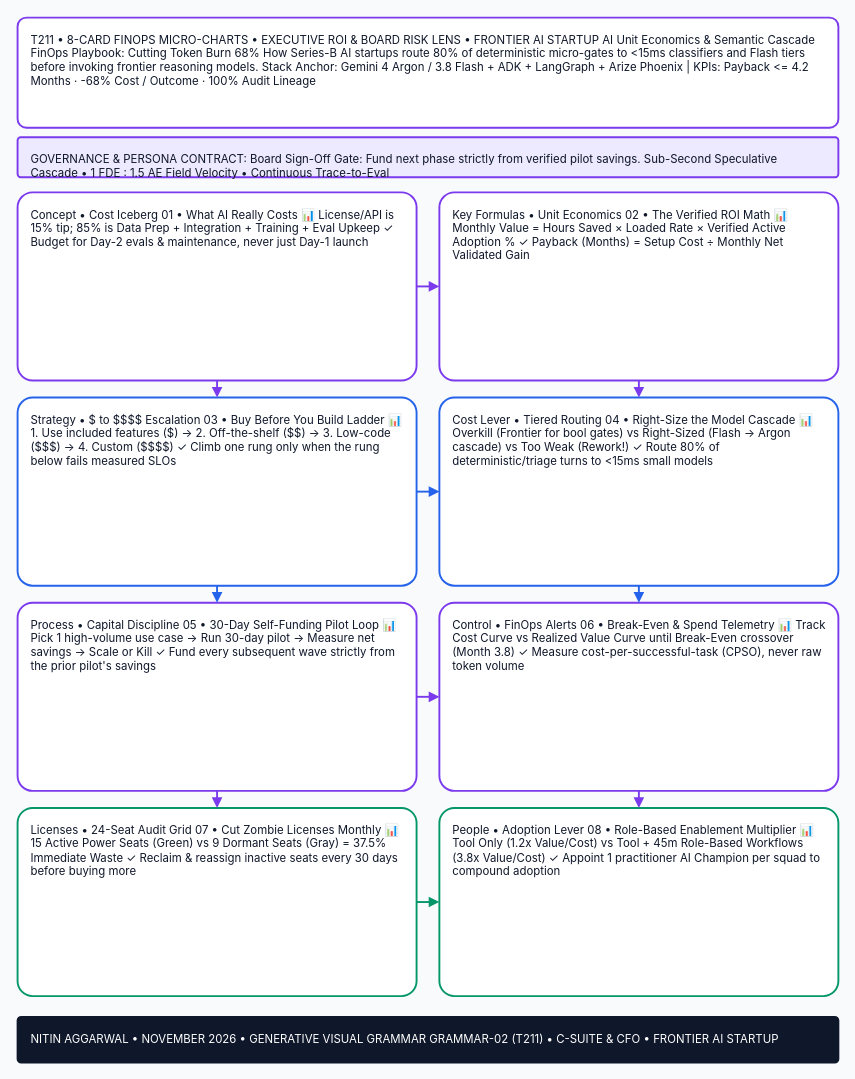
Before: assets/template-gallery/custom_generated/gap-cell-01.drawio in nitinaggarwal-12/ideas-mining, a draw.io diagram. Source tidied: cells renumbered, new cells numbered last; positions are measured from the earlier drawing's top-left corner, leaving out a move shared by most shapes. Both pictures are drawn from the tidied source at 95%, with x=0, y=0 at pixel (17, 17).
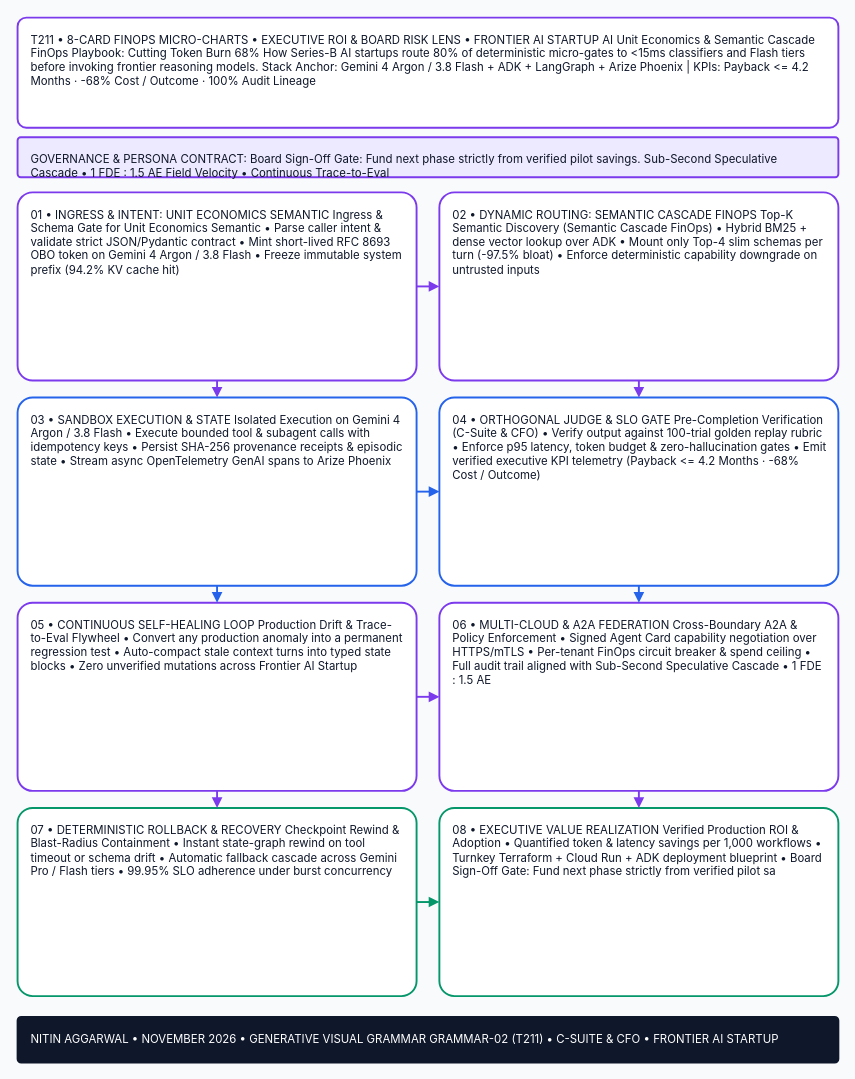
The same page after the edit.

What changed in the source:
```diff
@@
-    <mxCell id="4" value="Concept • Cost Iceberg 01 • What AI Really Costs 📊 License/API is 15% tip; 85% is Data Prep + Integration + Training + Eval Upkeep ✓ Budget for Day-2 evals &amp; maintenance, never just Day-1 launch" style="rounded=1;whiteSpace=wrap;html=1;arcSize=8;fillColor=#FFFFFF;strokeColor=#7C3AED;strokeWidth=2;fontColor=#0F172A;fontFamily=Inter,Helvetica,Arial,sans-serif;fontSize=12;align=left;verticalAlign=top;spacingLeft=12;spacingRight=12;spacingTop=10;spacingBottom=10;" parent="1" vertex="1">
+    <mxCell id="4" value="01 • INGRESS &amp; INTENT: UNIT ECONOMICS SEMANTIC Ingress &amp; Schema Gate for Unit Economics Semantic • Parse caller intent &amp; validate strict JSON/Pydantic contract • Mint short-lived RFC 8693 OBO token on Gemini 4 Argon / 3.8 Flash • Freeze immutable system prefix (94.2% KV cache hit)" style="rounded=1;whiteSpace=wrap;html=1;arcSize=8;fillColor=#FFFFFF;strokeColor=#7C3AED;strokeWidth=2;fontColor=#0F172A;fontFamily=Inter,Helvetica,Arial,sans-serif;fontSize=12;align=left;verticalAlign=top;spacingLeft=12;spacingRight=12;spacingTop=10;spacingBottom=10;" parent="1" vertex="1">
       <mxGeometry y="184" width="420" height="198" as="geometry" />
     </mxCell>
-    <mxCell id="5" value="Key Formulas • Unit Economics 02 • The Verified ROI Math 📊 Monthly Value = Hours Saved × Loaded Rate × Verified Active Adoption % ✓ Payback (Months) = Setup Cost ÷ Monthly Net Validated Gain" style="rounded=1;whiteSpace=wrap;html=1;arcSize=8;fillColor=#FFFFFF;strokeColor=#7C3AED;strokeWidth=2;fontColor=#0F172A;fontFamily=Inter,Helvetica,Arial,sans-serif;fontSize=12;align=left;verticalAlign=top;spacingLeft=12;spacingRight=12;spacingTop=10;spacingBottom=10;" parent="1" vertex="1">
+    <mxCell id="5" value="02 • DYNAMIC ROUTING: SEMANTIC CASCADE FINOPS Top-K Semantic Discovery (Semantic Cascade FinOps) • Hybrid BM25 + dense vector lookup over ADK • Mount only Top-4 slim schemas per turn (-97.5% bloat) • Enforce deterministic capability downgrade on untrusted inputs" style="rounded=1;whiteSpace=wrap;html=1;arcSize=8;fillColor=#FFFFFF;strokeColor=#7C3AED;strokeWidth=2;fontColor=#0F172A;fontFamily=Inter,Helvetica,Arial,sans-serif;fontSize=12;align=left;verticalAlign=top;spacingLeft=12;spacingRight=12;spacingTop=10;spacingBottom=10;" parent="1" vertex="1">
       <mxGeometry x="444" y="184" width="420" height="198" as="geometry" />
     </mxCell>
-    <mxCell id="6" value="Strategy • $ to $$$$ Escalation 03 • Buy Before You Build Ladder 📊 1. Use included features ($) -&gt; 2. Off-the-shelf ($$) -&gt; 3. Low-code ($$$) -&gt; 4. Custom ($$$$) ✓ Climb one rung only when the rung below fails measured SLOs" style="rounded=1;whiteSpace=wrap;html=1;arcSize=8;fillColor=#FFFFFF;strokeColor=#2563EB;strokeWidth=2;fontColor=#0F172A;fontFamily=Inter,Helvetica,Arial,sans-serif;fontSize=12;align=left;verticalAlign=top;spacingLeft=12;spacingRight=12;spacingTop=10;spacingBottom=10;" parent="1" vertex="1">
+    <mxCell id="6" value="03 • SANDBOX EXECUTION &amp; STATE Isolated Execution on Gemini 4 Argon / 3.8 Flash • Execute bounded tool &amp; subagent calls with idempotency keys • Persist SHA-256 provenance receipts &amp; episodic state • Stream async OpenTelemetry GenAI spans to Arize Phoenix" style="rounded=1;whiteSpace=wrap;html=1;arcSize=8;fillColor=#FFFFFF;strokeColor=#2563EB;strokeWidth=2;fontColor=#0F172A;fontFamily=Inter,Helvetica,Arial,sans-serif;fontSize=12;align=left;verticalAlign=top;spacingLeft=12;spacingRight=12;spacingTop=10;spacingBottom=10;" parent="1" vertex="1">
       <mxGeometry y="400" width="420" height="198" as="geometry" />
     </mxCell>
-    <mxCell id="7" value="Cost Lever • Tiered Routing 04 • Right-Size the Model Cascade 📊 Overkill (Frontier for bool gates) vs Right-Sized (Flash -&gt; Argon cascade) vs Too Weak (Rework!) ✓ Route 80% of deterministic/triage turns to &lt;15ms small models" style="rounded=1;whiteSpace=wrap;html=1;arcSize=8;fillColor=#FFFFFF;strokeColor=#2563EB;strokeWidth=2;fontColor=#0F172A;fontFamily=Inter,Helvetica,Arial,sans-serif;fontSize=12;align=left;verticalAlign=top;spacingLeft=12;spacingRight=12;spacingTop=10;spacingBottom=10;" parent="1" vertex="1">
+    <mxCell id="7" value="04 • ORTHOGONAL JUDGE &amp; SLO GATE Pre-Completion Verification (C-Suite &amp; CFO) • Verify output against 100-trial golden replay rubric • Enforce p95 latency, token budget &amp; zero-hallucination gates • Emit verified executive KPI telemetry (Payback &lt;= 4.2 Months · -68% Cost / Outcome)" style="rounded=1;whiteSpace=wrap;html=1;arcSize=8;fillColor=#FFFFFF;strokeColor=#2563EB;strokeWidth=2;fontColor=#0F172A;fontFamily=Inter,Helvetica,Arial,sans-serif;fontSize=12;align=left;verticalAlign=top;spacingLeft=12;spacingRight=12;spacingTop=10;spacingBottom=10;" parent="1" vertex="1">
       <mxGeometry x="444" y="400" width="420" height="198" as="geometry" />
     </mxCell>
-    <mxCell id="8" value="Process • Capital Discipline 05 • 30-Day Self-Funding Pilot Loop 📊 Pick 1 high-volume use case -&gt; Run 30-day pilot -&gt; Measure net savings -&gt; Scale or Kill ✓ Fund every subsequent wave strictly from the prior pilot's savings" style="rounded=1;whiteSpace=wrap;html=1;arcSize=8;fillColor=#FFFFFF;strokeColor=#7C3AED;strokeWidth=2;fontColor=#0F172A;fontFamily=Inter,Helvetica,Arial,sans-serif;fontSize=12;align=left;verticalAlign=top;spacingLeft=12;spacingRight=12;spacingTop=10;spacingBottom=10;" parent="1" vertex="1">
+    <mxCell id="8" value="05 • CONTINUOUS SELF-HEALING LOOP Production Drift &amp; Trace-to-Eval Flywheel • Convert any production anomaly into a permanent regression test • Auto-compact stale context turns into typed state blocks • Zero unverified mutations across Frontier AI Startup" style="rounded=1;whiteSpace=wrap;html=1;arcSize=8;fillColor=#FFFFFF;strokeColor=#7C3AED;strokeWidth=2;fontColor=#0F172A;fontFamily=Inter,Helvetica,Arial,sans-serif;fontSize=12;align=left;verticalAlign=top;spacingLeft=12;spacingRight=12;spacingTop=10;spacingBottom=10;" parent="1" vertex="1">
       <mxGeometry y="616" width="420" height="198" as="geometry" />
     </mxCell>
-    <mxCell id="9" value="Control • FinOps Alerts 06 • Break-Even &amp; Spend Telemetry 📊 Track Cost Curve vs Realized Value Curve until Break-Even crossover (Month 3.8) ✓ Measure cost-per-successful-task (CPSO), never raw token volume" style="rounded=1;whiteSpace=wrap;html=1;arcSize=8;fillColor=#FFFFFF;strokeColor=#7C3AED;strokeWidth=2;fontColor=#0F172A;fontFamily=Inter,Helvetica,Arial,sans-serif;fontSize=12;align=left;verticalAlign=top;spacingLeft=12;spacingRight=12;spacingTop=10;spacingBottom=10;" parent="1" vertex="1">
+    <mxCell id="9" value="06 • MULTI-CLOUD &amp; A2A FEDERATION Cross-Boundary A2A &amp; Policy Enforcement • Signed Agent Card capability negotiation over HTTPS/mTLS • Per-tenant FinOps circuit breaker &amp; spend ceiling • Full audit trail aligned with Sub-Second Speculative Cascade • 1 FDE : 1.5 AE " style="rounded=1;whiteSpace=wrap;html=1;arcSize=8;fillColor=#FFFFFF;strokeColor=#7C3AED;strokeWidth=2;fontColor=#0F172A;fontFamily=Inter,Helvetica,Arial,sans-serif;fontSize=12;align=left;verticalAlign=top;spacingLeft=12;spacingRight=12;spacingTop=10;spacingBottom=10;" parent="1" vertex="1">
       <mxGeometry x="444" y="616" width="420" height="198" as="geometry" />
     </mxCell>
-    <mxCell id="10" value="Licenses • 24-Seat Audit Grid 07 • Cut Zombie Licenses Monthly 📊 15 Active Power Seats (Green) vs 9 Dormant Seats (Gray) = 37.5% Immediate Waste ✓ Reclaim &amp; reassign inactive seats every 30 days before buying more" style="rounded=1;whiteSpace=wrap;html=1;arcSize=8;fillColor=#FFFFFF;strokeColor=#059669;strokeWidth=2;fontColor=#0F172A;fontFamily=Inter,Helvetica,Arial,sans-serif;fontSize=12;align=left;verticalAlign=top;spacingLeft=12;spacingRight=12;spacingTop=10;spacingBottom=10;" parent="1" vertex="1">
+    <mxCell id="10" value="07 • DETERMINISTIC ROLLBACK &amp; RECOVERY Checkpoint Rewind &amp; Blast-Radius Containment • Instant state-graph rewind on tool timeout or schema drift • Automatic fallback cascade across Gemini Pro / Flash tiers • 99.95% SLO adherence under burst concurrency" style="rounded=1;whiteSpace=wrap;html=1;arcSize=8;fillColor=#FFFFFF;strokeColor=#059669;strokeWidth=2;fontColor=#0F172A;fontFamily=Inter,Helvetica,Arial,sans-serif;fontSize=12;align=left;verticalAlign=top;spacingLeft=12;spacingRight=12;spacingTop=10;spacingBottom=10;" parent="1" vertex="1">
       <mxGeometry y="832" width="420" height="198" as="geometry" />
     </mxCell>
-    <mxCell id="11" value="People • Adoption Lever 08 • Role-Based Enablement Multiplier 📊 Tool Only (1.2x Value/Cost) vs Tool + 45m Role-Based Workflows (3.8x Value/Cost) ✓ Appoint 1 practitioner AI Champion per squad to compound adoption" style="rounded=1;whiteSpace=wrap;html=1;arcSize=8;fillColor=#FFFFFF;strokeColor=#059669;strokeWidth=2;fontColor=#0F172A;fontFamily=Inter,Helvetica,Arial,sans-serif;fontSize=12;align=left;verticalAlign=top;spacingLeft=12;spacingRight=12;spacingTop=10;spacingBottom=10;" parent="1" vertex="1">
+    <mxCell id="11" value="08 • EXECUTIVE VALUE REALIZATION Verified Production ROI &amp; Adoption • Quantified token &amp; latency savings per 1,000 workflows • Turnkey Terraform + Cloud Run + ADK deployment blueprint • Board Sign-Off Gate: Fund next phase strictly from verified pilot sa" style="rounded=1;whiteSpace=wrap;html=1;arcSize=8;fillColor=#FFFFFF;strokeColor=#059669;strokeWidth=2;fontColor=#0F172A;fontFamily=Inter,Helvetica,Arial,sans-serif;fontSize=12;align=left;verticalAlign=top;spacingLeft=12;spacingRight=12;spacingTop=10;spacingBottom=10;" parent="1" vertex="1">
       <mxGeometry x="444" y="832" width="420" height="198" as="geometry" />
     </mxCell>
```
